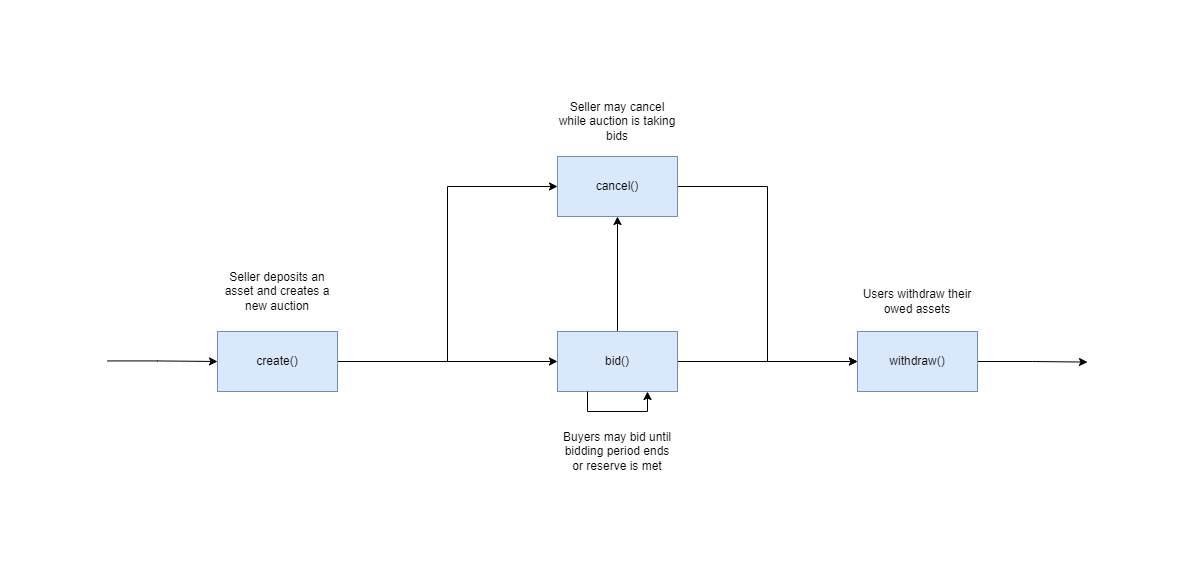
Earlier version of the draw.io export auctions/english-auction/.docs/english-auction-sequence-diagram.png (FuelLabs/sway-applications). Source tidied: cells renumbered, new cells last; positions are measured from the earlier drawing's top-left corner, leaving out a move shared by most shapes.
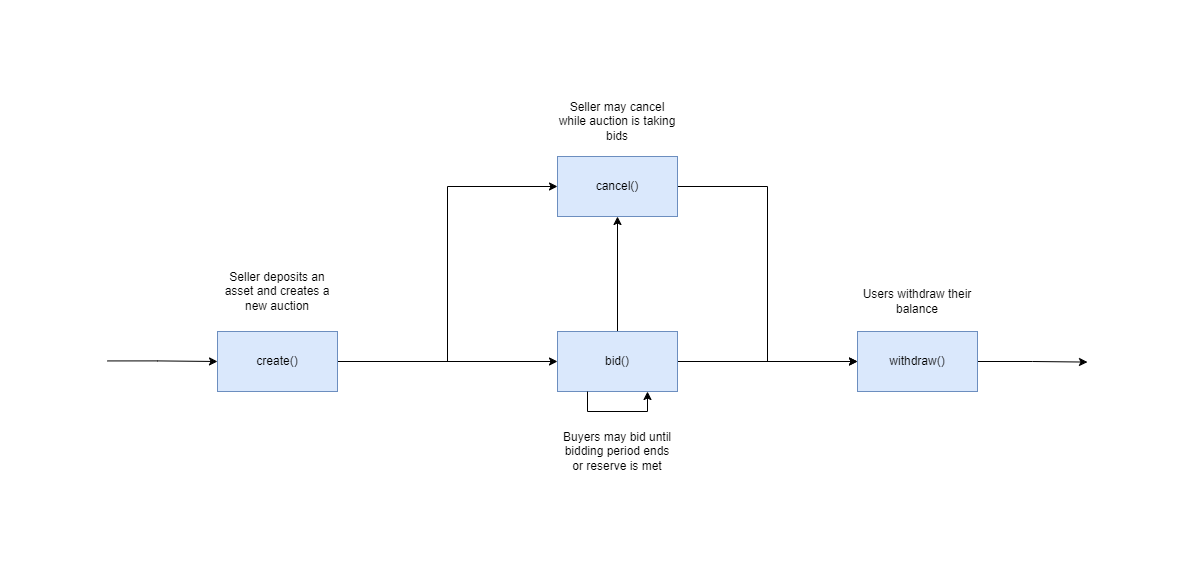
After the change.

Commit message:
Sequence diagram did not update the first time

What changed in the source:
```diff
@@ -56,7 +56,7 @@
     <mxCell id="16" value="Buyers may bid until bidding period ends or reserve is met" style="text;html=1;strokeColor=none;fillColor=none;align=center;verticalAlign=middle;whiteSpace=wrap;rounded=0;fontFamily=Helvetica;" parent="1" vertex="1">
       <mxGeometry x="450" y="330" width="120" height="30" as="geometry" />
     </mxCell>
-    <mxCell id="17" value="Users withdraw their owed assets" style="text;html=1;strokeColor=none;fillColor=none;align=center;verticalAlign=middle;whiteSpace=wrap;rounded=0;fontFamily=Helvetica;" parent="1" vertex="1">
+    <mxCell id="17" value="Users withdraw their balance" style="text;html=1;strokeColor=none;fillColor=none;align=center;verticalAlign=middle;whiteSpace=wrap;rounded=0;fontFamily=Helvetica;" parent="1" vertex="1">
       <mxGeometry x="750" y="180" width="120" height="30" as="geometry" />
     </mxCell>
   </root>
```
